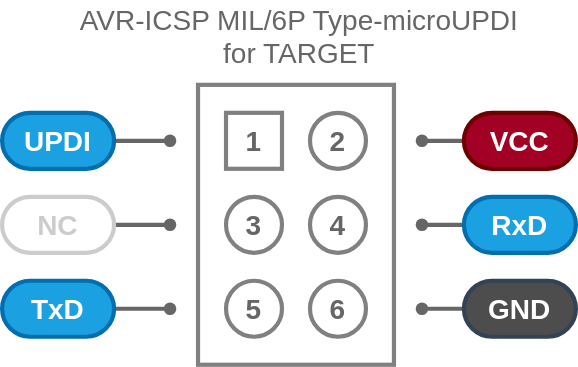
Before: svg/AVR-ICSP-M6P-microUPDI.drawio.svg, a diagram exported from draw.io (askn37/askn37.github.io). Source tidied: cells renumbered, new cells last; positions are measured from the earlier drawing's top-left corner, leaving out a move shared by most shapes. The source it was exported from:
```xml
<mxGraphModel>
  <root>
    <mxCell id="0" />
    <mxCell id="1" parent="0" />
    <mxCell id="2" style="rounded=0;whiteSpace=wrap;html=1;labelBackgroundColor=#663300;fontSize=20;fontColor=#FFFFFF;strokeColor=#808080;strokeWidth=3;fillColor=none;" parent="1" vertex="1">
      <mxGeometry x="140" y="60" width="140" height="200" as="geometry" />
    </mxCell>
    <mxCell id="3" value="2" style="ellipse;whiteSpace=wrap;html=1;strokeWidth=3;strokeColor=#808080;fontSize=20;fontStyle=1;rounded=1;fontColor=#666666;fillColor=none;" parent="1" vertex="1">
      <mxGeometry x="220" y="80" width="40" height="40" as="geometry" />
    </mxCell>
    <mxCell id="4" value="1" style="whiteSpace=wrap;html=1;strokeWidth=3;strokeColor=#808080;fontStyle=1;fontSize=20;rounded=0;fontColor=#666666;fillColor=none;" parent="1" vertex="1">
      <mxGeometry x="160" y="80" width="40" height="40" as="geometry" />
    </mxCell>
    <mxCell id="5" value="3" style="ellipse;whiteSpace=wrap;html=1;strokeColor=#808080;strokeWidth=3;fontSize=20;fontStyle=1;rounded=1;fontColor=#666666;fillColor=none;" parent="1" vertex="1">
      <mxGeometry x="160" y="140" width="40" height="40" as="geometry" />
    </mxCell>
    <mxCell id="6" value="4" style="ellipse;whiteSpace=wrap;html=1;strokeColor=#808080;strokeWidth=3;fontStyle=1;fontSize=20;rounded=1;fontColor=#666666;fillColor=none;" parent="1" vertex="1">
      <mxGeometry x="220" y="140" width="40" height="40" as="geometry" />
    </mxCell>
    <mxCell id="7" value="5" style="ellipse;whiteSpace=wrap;html=1;strokeWidth=3;strokeColor=#808080;fontStyle=1;fontSize=20;rounded=1;fontColor=#666666;fillColor=none;" parent="1" vertex="1">
      <mxGeometry x="160" y="200" width="40" height="40" as="geometry" />
    </mxCell>
    <mxCell id="8" value="6" style="ellipse;whiteSpace=wrap;html=1;strokeColor=#808080;strokeWidth=3;fontStyle=1;fontSize=20;rounded=1;fontColor=#666666;fillColor=none;" parent="1" vertex="1">
      <mxGeometry x="220" y="200" width="40" height="40" as="geometry" />
    </mxCell>
    <mxCell id="9" style="edgeStyle=none;html=1;fontSize=20;fontColor=#FFFFFF;startArrow=none;startFill=0;endArrow=oval;endFill=1;strokeColor=#666666;strokeWidth=3;" parent="1" edge="1" source="10">
      <mxGeometry relative="1" as="geometry">
        <mxPoint x="300" y="100" as="targetPoint" />
      </mxGeometry>
    </mxCell>
    <mxCell id="10" value="VCC" style="rounded=1;whiteSpace=wrap;html=1;fontSize=20;strokeWidth=3;fontStyle=1;fillColor=#a20025;strokeColor=#6F0000;fontColor=#ffffff;arcSize=50;" parent="1" vertex="1">
      <mxGeometry x="330" y="80" width="80" height="40" as="geometry" />
    </mxCell>
    <mxCell id="11" style="edgeStyle=none;html=1;fontSize=20;fontColor=#FFFFFF;startArrow=none;startFill=0;endArrow=oval;endFill=1;strokeColor=#666666;strokeWidth=3;" parent="1" edge="1">
      <mxGeometry relative="1" as="geometry">
        <mxPoint x="330" y="160" as="sourcePoint" />
        <mxPoint x="300" y="160" as="targetPoint" />
      </mxGeometry>
    </mxCell>
    <mxCell id="12" style="edgeStyle=none;html=1;fontSize=20;fontColor=#FFFFFF;startArrow=none;startFill=0;endArrow=oval;endFill=1;strokeColor=#666666;strokeWidth=3;" parent="1" edge="1" source="13">
      <mxGeometry relative="1" as="geometry">
        <mxPoint x="300" y="220" as="targetPoint" />
      </mxGeometry>
    </mxCell>
    <mxCell id="13" value="GND" style="rounded=1;whiteSpace=wrap;html=1;fontSize=20;strokeWidth=3;fontStyle=1;fillColor=#4D4D4D;strokeColor=#314354;fontColor=#ffffff;arcSize=50;" parent="1" vertex="1">
      <mxGeometry x="330" y="200" width="80" height="40" as="geometry" />
    </mxCell>
    <mxCell id="14" style="html=1;exitX=1;exitY=0.5;exitDx=0;exitDy=0;fontSize=20;fontColor=#FFFFFF;strokeWidth=3;strokeColor=#666666;startArrow=none;startFill=0;endArrow=oval;endFill=1;" parent="1" edge="1" source="15">
      <mxGeometry relative="1" as="geometry">
        <mxPoint x="120" y="100" as="targetPoint" />
      </mxGeometry>
    </mxCell>
    <mxCell id="15" value="UPDI" style="rounded=1;whiteSpace=wrap;html=1;fontSize=20;strokeWidth=3;fontStyle=1;fillColor=#1ba1e2;strokeColor=#006EAF;fontColor=#ffffff;arcSize=50;" parent="1" vertex="1">
      <mxGeometry y="80" width="80" height="40" as="geometry" />
    </mxCell>
    <mxCell id="16" style="edgeStyle=none;html=1;exitX=1;exitY=0.5;exitDx=0;exitDy=0;fontSize=20;fontColor=#FFFFFF;startArrow=none;startFill=0;endArrow=oval;endFill=1;strokeColor=#666666;strokeWidth=3;" parent="1" edge="1">
      <mxGeometry relative="1" as="geometry">
        <mxPoint x="80" y="160" as="sourcePoint" />
        <mxPoint x="120" y="160" as="targetPoint" />
      </mxGeometry>
    </mxCell>
    <mxCell id="17" style="edgeStyle=none;html=1;fontSize=20;fontColor=#FFFFFF;startArrow=none;startFill=0;endArrow=oval;endFill=1;strokeColor=#666666;strokeWidth=3;" parent="1" edge="1">
      <mxGeometry relative="1" as="geometry">
        <mxPoint x="80" y="220" as="sourcePoint" />
        <mxPoint x="120" y="220" as="targetPoint" />
      </mxGeometry>
    </mxCell>
    <mxCell id="18" value="AVR-ICSP MIL/6P Type-microUPDI&lt;br&gt;for TARGET" style="text;html=1;align=center;verticalAlign=middle;strokeColor=none;fillColor=none;fontSize=20;fontColor=#666666;" parent="1" vertex="1">
      <mxGeometry x="47" width="330" height="50" as="geometry" />
    </mxCell>
    <mxCell id="19" value="NC" style="rounded=1;whiteSpace=wrap;html=1;fontSize=20;strokeWidth=3;fontStyle=1;arcSize=50;strokeColor=#CCCCCC;fontColor=#CCCCCC;fillColor=none;" parent="1" vertex="1">
      <mxGeometry y="140" width="80" height="40" as="geometry" />
    </mxCell>
    <mxCell id="20" value="RxD" style="rounded=1;whiteSpace=wrap;html=1;fontSize=20;strokeWidth=3;fontStyle=1;fillColor=#1ba1e2;strokeColor=#006EAF;fontColor=#ffffff;arcSize=50;" parent="1" vertex="1">
      <mxGeometry x="330" y="140" width="80" height="40" as="geometry" />
    </mxCell>
    <mxCell id="21" value="TxD" style="rounded=1;whiteSpace=wrap;html=1;fontSize=20;strokeWidth=3;fontStyle=1;fillColor=#1ba1e2;strokeColor=#006EAF;fontColor=#ffffff;arcSize=50;" parent="1" vertex="1">
      <mxGeometry y="200" width="80" height="40" as="geometry" />
    </mxCell>
  </root>
</mxGraphModel>
```
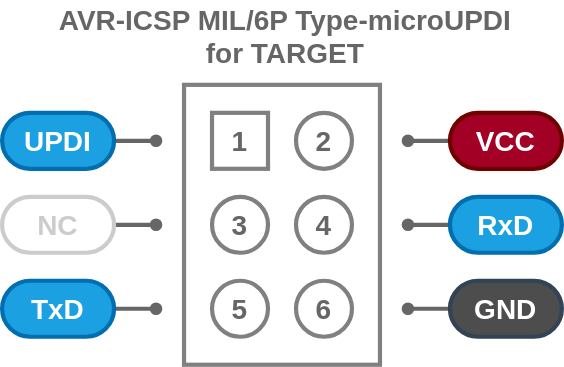
Above is the later version.

What changed in the source:
```diff
@@ -51,11 +51,10 @@
       </mxGeometry>
     </mxCell>
     <mxCell id="15" value="UPDI" style="rounded=1;whiteSpace=wrap;html=1;fontSize=20;strokeWidth=3;fontStyle=1;fillColor=#1ba1e2;strokeColor=#006EAF;fontColor=#ffffff;arcSize=50;" parent="1" vertex="1">
-      <mxGeometry y="80" width="80" height="40" as="geometry" />
+      <mxGeometry x="10" y="80" width="80" height="40" as="geometry" />
     </mxCell>
-    <mxCell id="16" style="edgeStyle=none;html=1;exitX=1;exitY=0.5;exitDx=0;exitDy=0;fontSize=20;fontColor=#FFFFFF;startArrow=none;startFill=0;endArrow=oval;endFill=1;strokeColor=#666666;strokeWidth=3;" parent="1" edge="1">
+    <mxCell id="16" style="edgeStyle=none;html=1;exitX=1;exitY=0.5;exitDx=0;exitDy=0;fontSize=20;fontColor=#FFFFFF;startArrow=none;startFill=0;endArrow=oval;endFill=1;strokeColor=#666666;strokeWidth=3;" parent="1" edge="1" source="19">
       <mxGeometry relative="1" as="geometry">
-        <mxPoint x="80" y="160" as="sourcePoint" />
         <mxPoint x="120" y="160" as="targetPoint" />
       </mxGeometry>
     </mxCell>
@@ -65,17 +64,17 @@
         <mxPoint x="120" y="220" as="targetPoint" />
       </mxGeometry>
     </mxCell>
-    <mxCell id="18" value="AVR-ICSP MIL/6P Type-microUPDI&lt;br&gt;for TARGET" style="text;html=1;align=center;verticalAlign=middle;strokeColor=none;fillColor=none;fontSize=20;fontColor=#666666;" parent="1" vertex="1">
-      <mxGeometry x="47" width="330" height="50" as="geometry" />
+    <mxCell id="18" value="AVR-ICSP MIL/6P Type-microUPDI&lt;br&gt;for TARGET" style="text;html=1;align=center;verticalAlign=middle;strokeColor=none;fillColor=none;fontSize=20;fontColor=#666666;fontStyle=1;" parent="1" vertex="1">
+      <mxGeometry x="42" width="340" height="50" as="geometry" />
     </mxCell>
     <mxCell id="19" value="NC" style="rounded=1;whiteSpace=wrap;html=1;fontSize=20;strokeWidth=3;fontStyle=1;arcSize=50;strokeColor=#CCCCCC;fontColor=#CCCCCC;fillColor=none;" parent="1" vertex="1">
-      <mxGeometry y="140" width="80" height="40" as="geometry" />
+      <mxGeometry x="10" y="140" width="80" height="40" as="geometry" />
     </mxCell>
     <mxCell id="20" value="RxD" style="rounded=1;whiteSpace=wrap;html=1;fontSize=20;strokeWidth=3;fontStyle=1;fillColor=#1ba1e2;strokeColor=#006EAF;fontColor=#ffffff;arcSize=50;" parent="1" vertex="1">
       <mxGeometry x="330" y="140" width="80" height="40" as="geometry" />
     </mxCell>
     <mxCell id="21" value="TxD" style="rounded=1;whiteSpace=wrap;html=1;fontSize=20;strokeWidth=3;fontStyle=1;fillColor=#1ba1e2;strokeColor=#006EAF;fontColor=#ffffff;arcSize=50;" parent="1" vertex="1">
-      <mxGeometry y="200" width="80" height="40" as="geometry" />
+      <mxGeometry x="10" y="200" width="80" height="40" as="geometry" />
     </mxCell>
   </root>
 </mxGraphModel>
```
